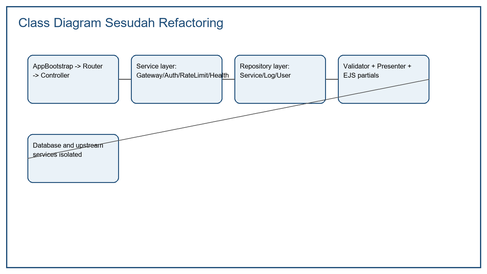
This is Docs/assets/class_diagram_sesudah_refactoring.png from copetpasarsenin/RPL_Integrator, a Graphviz export, as it was before one commit. Its source is kept beside it as Docs/assets/class_diagram_sesudah_refactoring.dot.
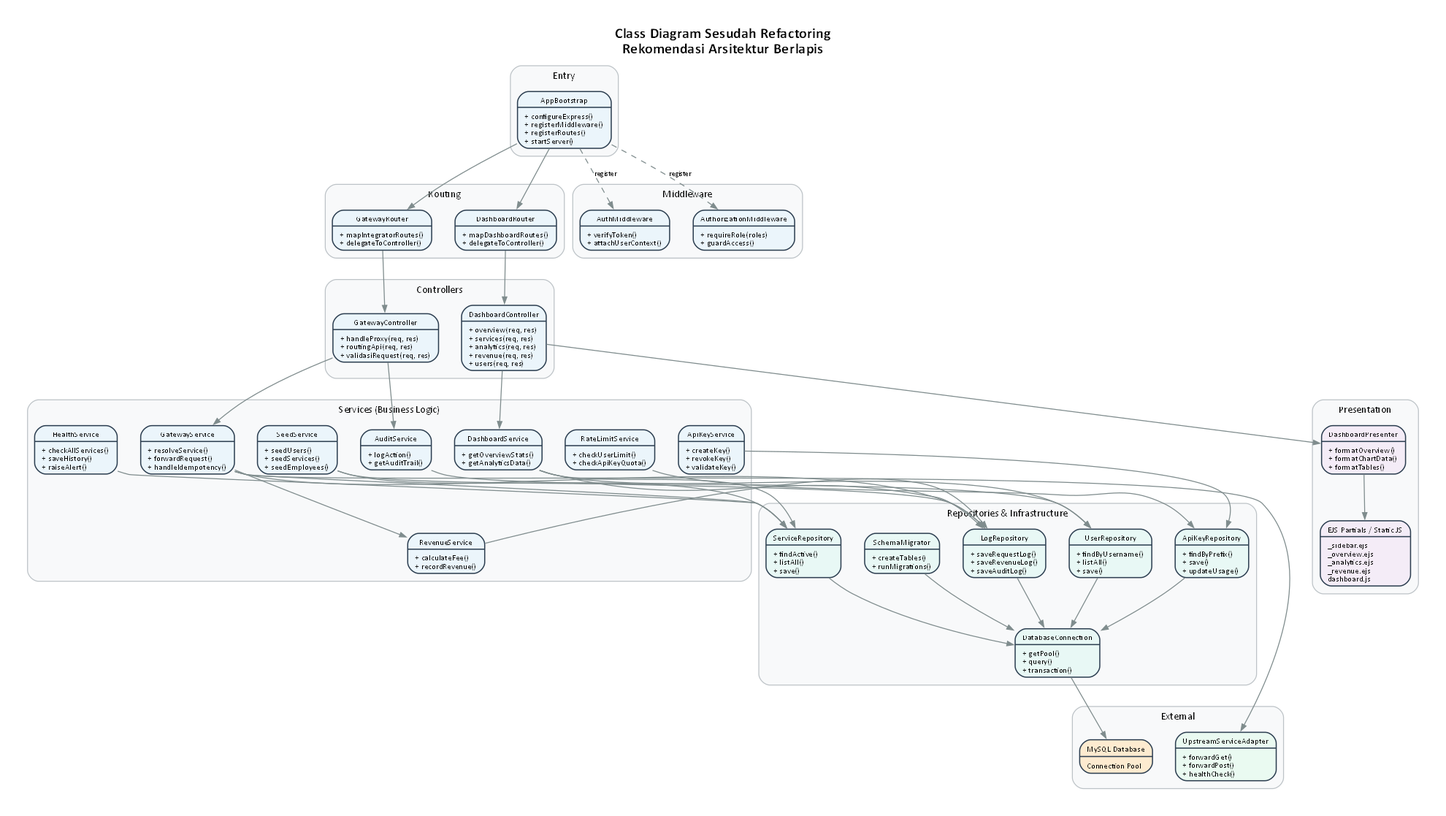
The same file after the commit.

Change to the diagram source:
```diff
@@ -1,47 +1,134 @@
 digraph AfterRefactoring {
-  graph [rankdir=LR, bgcolor="white", label="Class Diagram Sesudah Refactoring - Suggested Design", labelloc="t", fontsize=18, fontname="Calibri"];
-  node [shape=record, style="rounded,filled", fillcolor="#EAF2F8", color="#1F4E79", fontname="Calibri", fontsize=10];
-  edge [color="#555555", arrowsize=0.8, fontname="Calibri", fontsize=9];
+  graph [
+    rankdir=TB, bgcolor="white", compound=true,
+    label="Class Diagram Sesudah Refactoring\nRekomendasi Arsitektur Berlapis",
+    labelloc="t", fontsize=16, fontname="Calibri Bold",
+    ranksep=0.6, nodesep=0.35, pad=0.3,
+    size="11,7!"
+  ];
+  node [shape=record, style="rounded,filled", fillcolor="#EBF5FB",
+        color="#2C3E50", fontname="Calibri", fontsize=9, penwidth=1.2];
+  edge [color="#7F8C8D", arrowsize=0.7, fontname="Calibri", fontsize=8];
 
-  AppBootstrap [label="{AppBootstrap|+ configureExpress()\l+ registerMiddleware()\l+ registerRoutes()\l+ startHealthScheduler()\l}"];
-  DashboardRouter [label="{DashboardRouter|+ map dashboard routes\l+ delegate to controllers\l}"];
-  DashboardController [label="{DashboardController|+ overview()\l+ services()\l+ analytics()\l+ revenue()\l}"];
-  GatewayRouter [label="{GatewayRouter|+ map /integrator routes\l+ call GatewayController\l}"];
-  GatewayController [label="{GatewayController|+ handleProxy(req,res)\l+ build response DTO\l}"];
-  GatewayService [label="{GatewayService|+ resolveService()\l+ forwardRequest()\l+ calculateFee()\l+ handleIdempotency()\l}"];
-  AuthService [label="{AuthService|+ verifySession()\l+ verifyApiToken()\l+ issueToken()\l+ revokeToken()\l}"];
-  RateLimitService [label="{RateLimitService|+ checkApiKeyQuota()\l+ checkUserLimit()\l}"];
-  HealthService [label="{HealthService|+ checkServices()\l+ saveHistory()\l+ raiseAlert()\l}"];
-  ServiceRepository [label="{ServiceRepository|+ findActiveService()\l+ listServices()\l+ updateService()\l}", fillcolor="#EAFAF1"];
-  LogRepository [label="{LogRepository|+ saveRequestLog()\l+ saveRevenueLog()\l+ saveAuditLog()\l}", fillcolor="#EAFAF1"];
-  UserRepository [label="{UserRepository|+ findUser()\l+ listUsers()\l+ saveApiKey()\l}", fillcolor="#EAFAF1"];
-  UrlValidator [label="{UrlValidator|+ assertSafeHttpUrl()\l+ createSafeLookup()\l}"];
-  DashboardPresenter [label="{DashboardPresenter|+ formatOverview()\l+ formatCharts()\l+ formatTables()\l}"];
-  ViewPartials [label="{EJS Partials|sidebar.ejs\loverview.ejs\lanalytics.ejs\lrevenue.ejs\l}", fillcolor="#F4ECF7"];
-  MySQL [label="{MySQL Database|users\lapi_services\lrequest_logs\lrevenue_logs\lapi_keys\l}", fillcolor="#FDEBD0"];
-  Upstream [label="{Upstream Services|SmartBank\lMarketplace\lPOS\lSupplierHub\lLogistiKita\lUMKM Insight\l}", fillcolor="#EAFAF1"];
+  /* ── Layer 1: Entry ── */
+  subgraph cluster_entry {
+    label="Entry"; style="rounded,filled";
+    fillcolor="#F8F9FA"; color="#BDC3C7"; fontname="Calibri"; fontsize=11;
+
+    AppBootstrap [label="{AppBootstrap|+ configureExpress()\l+ registerMiddleware()\l+ registerRoutes()\l+ startServer()\l}"];
+  }
+
+  /* ── Layer 2: Routing ── */
+  subgraph cluster_routing {
+    label="Routing"; style="rounded,filled";
+    fillcolor="#F8F9FA"; color="#BDC3C7"; fontname="Calibri"; fontsize=11;
+
+    DashboardRouter [label="{DashboardRouter|+ mapDashboardRoutes()\l+ delegateToController()\l}"];
+    GatewayRouter [label="{GatewayRouter|+ mapIntegratorRoutes()\l+ delegateToController()\l}"];
+  }
+
+  /* ── Layer 3: Middleware ── */
+  subgraph cluster_middleware {
+    label="Middleware"; style="rounded,filled";
+    fillcolor="#F8F9FA"; color="#BDC3C7"; fontname="Calibri"; fontsize=11;
+
+    AuthMiddleware [label="{AuthMiddleware|+ verifyToken()\l+ attachUserContext()\l}"];
+    AuthzMiddleware [label="{AuthorizationMiddleware|+ requireRole(roles)\l+ guardAccess()\l}"];
+  }
+
+  /* ── Layer 4: Controllers ── */
+  subgraph cluster_controllers {
+    label="Controllers"; style="rounded,filled";
+    fillcolor="#F8F9FA"; color="#BDC3C7"; fontname="Calibri"; fontsize=11;
+
+    DashboardCtrl [label="{DashboardController|+ overview(req, res)\l+ services(req, res)\l+ analytics(req, res)\l+ revenue(req, res)\l+ users(req, res)\l}"];
+    GatewayCtrl [label="{GatewayController|+ handleProxy(req, res)\l+ routingApi(req, res)\l+ validasiRequest(req, res)\l}"];
+  }
+
+  /* ── Layer 5: Services ── */
+  subgraph cluster_services {
+    label="Services (Business Logic)"; style="rounded,filled";
+    fillcolor="#F8F9FA"; color="#BDC3C7"; fontname="Calibri"; fontsize=11;
+
+    DashboardSvc [label="{DashboardService|+ getOverviewStats()\l+ getAnalyticsData()\l}"];
+    GatewaySvc [label="{GatewayService|+ resolveService()\l+ forwardRequest()\l+ handleIdempotency()\l}"];
+    ApiKeySvc [label="{ApiKeyService|+ createKey()\l+ revokeKey()\l+ validateKey()\l}"];
+    AuditSvc [label="{AuditService|+ logAction()\l+ getAuditTrail()\l}"];
+    RevenueSvc [label="{RevenueService|+ calculateFee()\l+ recordRevenue()\l}"];
+    RateLimitSvc [label="{RateLimitService|+ checkUserLimit()\l+ checkApiKeyQuota()\l}"];
+    HealthSvc [label="{HealthService|+ checkAllServices()\l+ saveHistory()\l+ raiseAlert()\l}"];
+    SeedSvc [label="{SeedService|+ seedUsers()\l+ seedServices()\l+ seedEmployees()\l}"];
+  }
+
+  /* ── Layer 6: Repositories & Infrastructure ── */
+  subgraph cluster_repos {
+    label="Repositories & Infrastructure"; style="rounded,filled";
+    fillcolor="#F8F9FA"; color="#BDC3C7"; fontname="Calibri"; fontsize=11;
+
+    ServiceRepo [label="{ServiceRepository|+ findActive()\l+ listAll()\l+ save()\l}", fillcolor="#E8F8F5"];
+    LogRepo [label="{LogRepository|+ saveRequestLog()\l+ saveRevenueLog()\l+ saveAuditLog()\l}", fillcolor="#E8F8F5"];
+    UserRepo [label="{UserRepository|+ findByUsername()\l+ listAll()\l+ save()\l}", fillcolor="#E8F8F5"];
+    ApiKeyRepo [label="{ApiKeyRepository|+ findByPrefix()\l+ save()\l+ updateUsage()\l}", fillcolor="#E8F8F5"];
+    DbConn [label="{DatabaseConnection|+ getPool()\l+ query()\l+ transaction()\l}", fillcolor="#E8F8F5"];
+    SchemaMigrator [label="{SchemaMigrator|+ createTables()\l+ runMigrations()\l}", fillcolor="#E8F8F5"];
+  }
+
+  /* ── Layer 7a: Presentation ── */
+  subgraph cluster_presentation {
+    label="Presentation"; style="rounded,filled";
+    fillcolor="#F8F9FA"; color="#BDC3C7"; fontname="Calibri"; fontsize=11;
+
+    Presenter [label="{DashboardPresenter|+ formatOverview()\l+ formatChartData()\l+ formatTables()\l}", fillcolor="#F4ECF7"];
+    Partials [label="{EJS Partials / Static JS|_sidebar.ejs\l_overview.ejs\l_analytics.ejs\l_revenue.ejs\ldashboard.js\l}", fillcolor="#F4ECF7"];
+  }
+
+  /* ── Layer 7b: External ── */
+  subgraph cluster_external {
+    label="External"; style="rounded,filled";
+    fillcolor="#F8F9FA"; color="#BDC3C7"; fontname="Calibri"; fontsize=11;
+
+    UpstreamAdapter [label="{UpstreamServiceAdapter|+ forwardGet()\l+ forwardPost()\l+ healthCheck()\l}", fillcolor="#EAFAF1"];
+    MySQL [label="{MySQL Database|Connection Pool\l}", fillcolor="#FDEBD0"];
+  }
+
+  /* ── Edges: clean layered flow ── */
 
   AppBootstrap -> DashboardRouter;
   AppBootstrap -> GatewayRouter;
-  DashboardRouter -> DashboardController;
-  DashboardController -> DashboardPresenter;
-  DashboardController -> ServiceRepository;
-  DashboardController -> LogRepository;
-  DashboardController -> UserRepository;
-  DashboardController -> ViewPartials;
-  GatewayRouter -> GatewayController;
-  GatewayController -> AuthService;
-  GatewayController -> RateLimitService;
-  GatewayController -> GatewayService;
-  GatewayService -> ServiceRepository;
-  GatewayService -> LogRepository;
-  GatewayService -> UrlValidator;
-  GatewayService -> Upstream;
-  AuthService -> UserRepository;
-  RateLimitService -> UserRepository;
-  HealthService -> ServiceRepository;
-  HealthService -> LogRepository;
-  ServiceRepository -> MySQL;
-  LogRepository -> MySQL;
-  UserRepository -> MySQL;
+  AppBootstrap -> AuthMiddleware [style=dashed, label="register"];
+  AppBootstrap -> AuthzMiddleware [style=dashed, label="register"];
+
+  DashboardRouter -> DashboardCtrl;
+  GatewayRouter -> GatewayCtrl;
+
+  DashboardCtrl -> DashboardSvc;
+  DashboardCtrl -> Presenter;
+  GatewayCtrl -> GatewaySvc;
+  GatewayCtrl -> AuditSvc;
+
+  GatewaySvc -> RevenueSvc;
+  GatewaySvc -> UpstreamAdapter;
+
+  DashboardSvc -> ServiceRepo;
+  DashboardSvc -> LogRepo;
+  DashboardSvc -> UserRepo;
+  GatewaySvc -> ServiceRepo;
+  GatewaySvc -> LogRepo;
+  ApiKeySvc -> ApiKeyRepo;
+  AuditSvc -> LogRepo;
+  RevenueSvc -> LogRepo;
+  RateLimitSvc -> ApiKeyRepo;
+  HealthSvc -> ServiceRepo;
+  SeedSvc -> ServiceRepo;
+  SeedSvc -> UserRepo;
+
+  Presenter -> Partials;
+
+  ServiceRepo -> DbConn;
+  LogRepo -> DbConn;
+  UserRepo -> DbConn;
+  ApiKeyRepo -> DbConn;
+  SchemaMigrator -> DbConn;
+
+  DbConn -> MySQL;
 }
```
